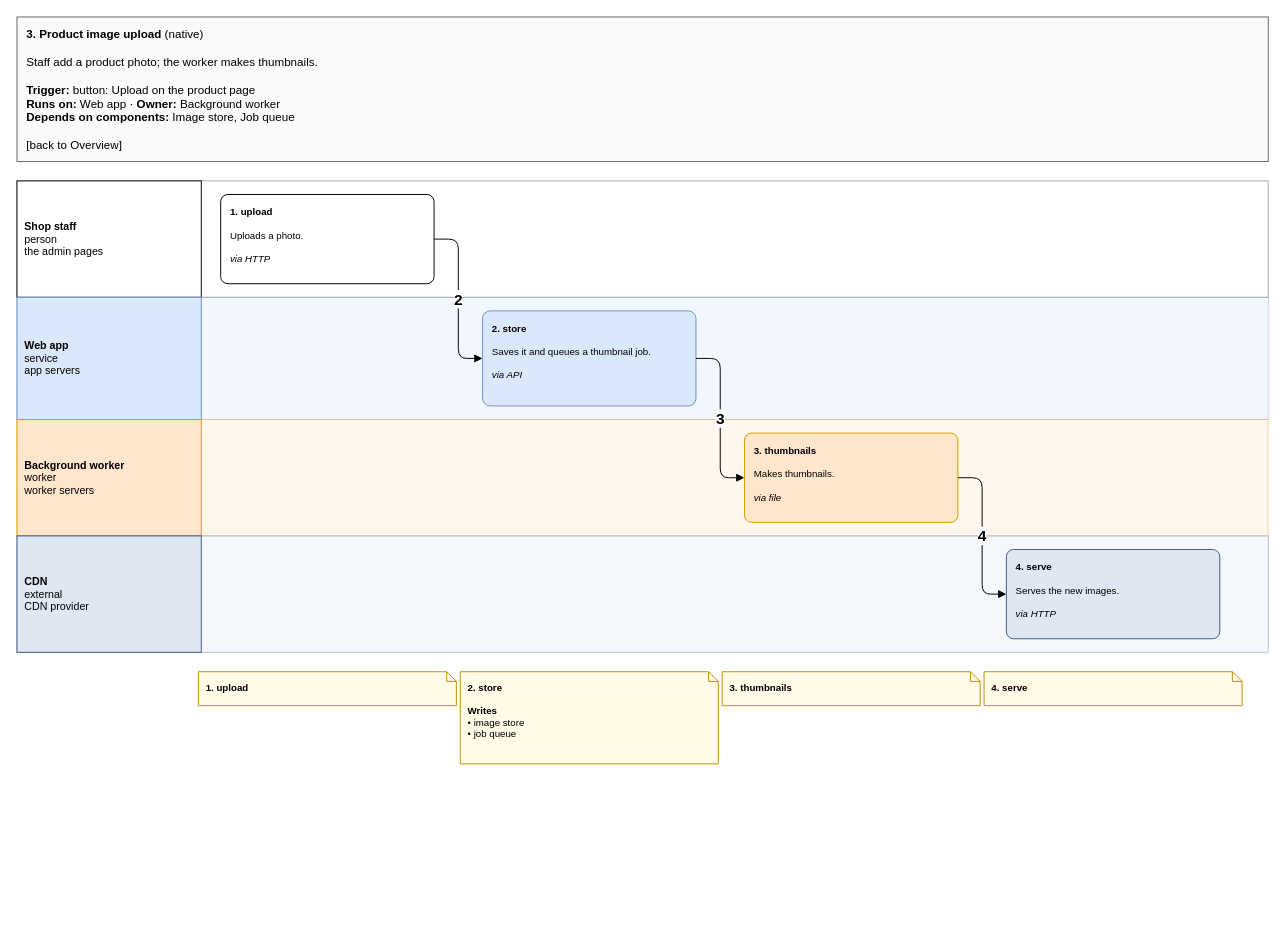
The draw.io diagram page "3. Product image upload" (5 of 7) of specialists/platform/skill-drawio/examples/shop/drawio/flows.drawio in amalikn/skills_stuff, before the edit. Source tidied: cells renumbered, new cells numbered last; positions are measured from the earlier drawing's top-left corner, leaving out a move shared by most shapes. Both pictures are drawn from the tidied source at 97%, with x=0, y=0 at pixel (16, 16).
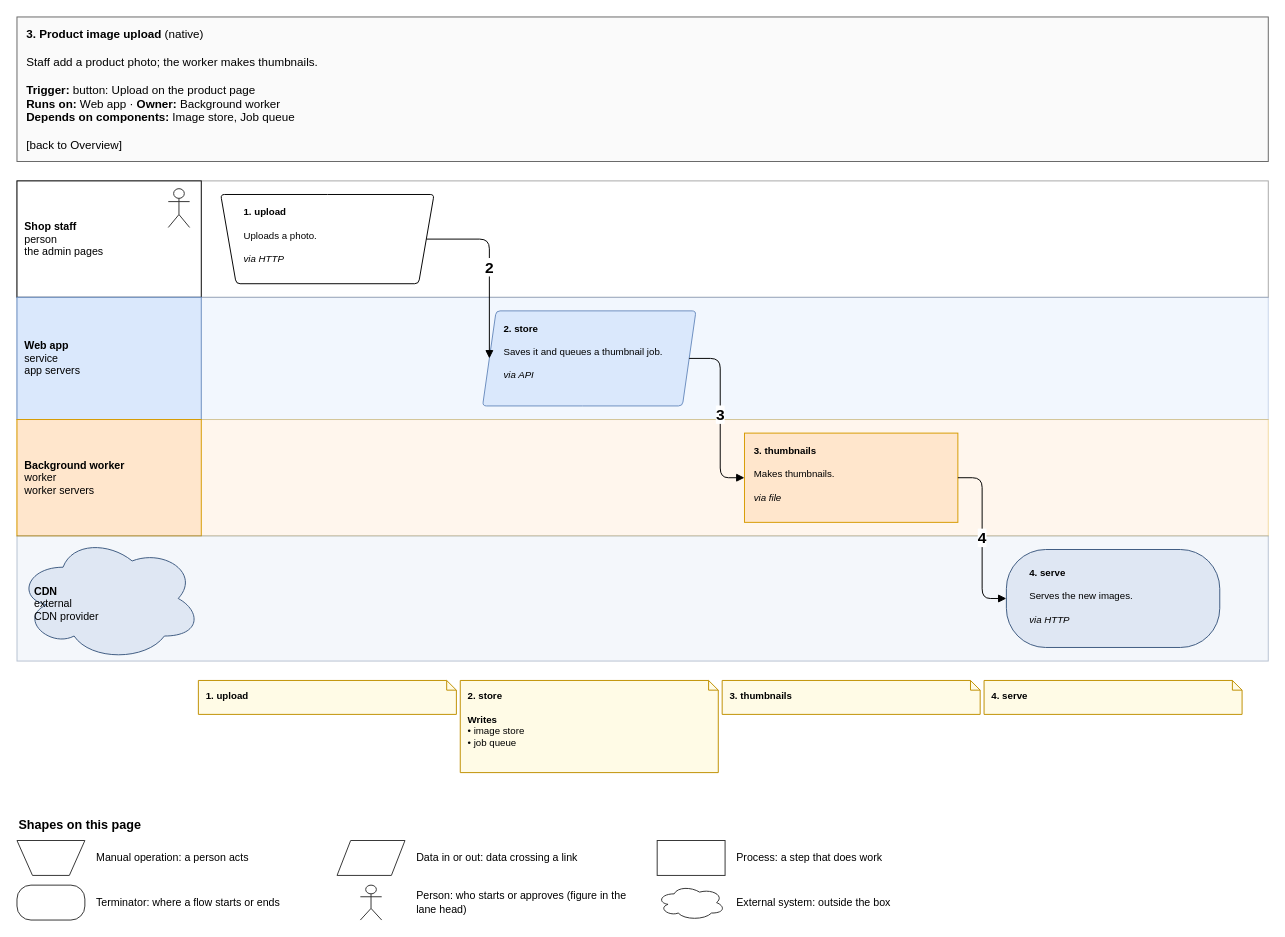
Above is the later version.

What changed in the source:
```diff
@@
-    <mxCell id="4" value="&lt;b&gt;Shop staff&lt;/b&gt;&lt;br&gt;person&lt;br&gt;the admin pages" style="rounded=1;whiteSpace=wrap;html=1;fillColor=#ffffff;strokeColor=#000000;fontSize=11;arcSize=8;rounded=0;align=left;spacingLeft=6;" parent="1" vertex="1">
+    <mxCell id="4" value="&lt;b&gt;Shop staff&lt;/b&gt;&lt;br&gt;person&lt;br&gt;the admin pages" style="rounded=1;whiteSpace=wrap;html=1;fillColor=#ffffff;strokeColor=#000000;fontSize=11;arcSize=8;rounded=0;align=left;spacingLeft=6;rounded=0;spacingRight=40;" parent="1" vertex="1">
       <mxGeometry y="169" width="190" height="120" as="geometry" />
     </mxCell>
+    <mxCell id="22" style="shape=umlActor;verticalLabelPosition=bottom;verticalAlign=top;fillColor=#ffffff;strokeColor=#333333;" parent="1" vertex="1">
+      <mxGeometry x="156" y="177" width="22" height="40" as="geometry" />
+    </mxCell>
@@
-    <mxCell id="6" value="&lt;b&gt;Web app&lt;/b&gt;&lt;br&gt;service&lt;br&gt;app servers" style="rounded=1;whiteSpace=wrap;html=1;fillColor=#dae8fc;strokeColor=#6c8ebf;fontSize=11;arcSize=8;rounded=0;align=left;spacingLeft=6;" parent="1" vertex="1">
+    <mxCell id="6" value="&lt;b&gt;Web app&lt;/b&gt;&lt;br&gt;service&lt;br&gt;app servers" style="rounded=1;whiteSpace=wrap;html=1;fillColor=#dae8fc;strokeColor=#6c8ebf;fontSize=11;arcSize=8;rounded=0;align=left;spacingLeft=6;rounded=0;" parent="1" vertex="1">
       <mxGeometry y="289" width="190" height="126" as="geometry" />
     </mxCell>
@@
-    <mxCell id="8" value="&lt;b&gt;Background worker&lt;/b&gt;&lt;br&gt;worker&lt;br&gt;worker servers" style="rounded=1;whiteSpace=wrap;html=1;fillColor=#ffe6cc;strokeColor=#d79b00;fontSize=11;arcSize=8;rounded=0;align=left;spacingLeft=6;" parent="1" vertex="1">
+    <mxCell id="8" value="&lt;b&gt;Background worker&lt;/b&gt;&lt;br&gt;worker&lt;br&gt;worker servers" style="rounded=1;whiteSpace=wrap;html=1;fillColor=#ffe6cc;strokeColor=#d79b00;fontSize=11;arcSize=8;rounded=0;align=left;spacingLeft=6;rounded=0;" parent="1" vertex="1">
       <mxGeometry y="415" width="190" height="120" as="geometry" />
     </mxCell>
     <mxCell id="9" style="rounded=0;html=1;fillColor=#dfe7f3;strokeColor=#3d5a80;opacity=35;" parent="1" vertex="1">
-      <mxGeometry y="535" width="1290" height="120" as="geometry" />
+      <mxGeometry y="535" width="1290" height="129" as="geometry" />
     </mxCell>
-    <mxCell id="10" value="&lt;b&gt;CDN&lt;/b&gt;&lt;br&gt;external&lt;br&gt;CDN provider" style="rounded=1;whiteSpace=wrap;html=1;fillColor=#dfe7f3;strokeColor=#3d5a80;fontSize=11;arcSize=8;rounded=0;align=left;spacingLeft=6;" parent="1" vertex="1">
-      <mxGeometry y="535" width="190" height="120" as="geometry" />
+    <mxCell id="10" value="&lt;b&gt;CDN&lt;/b&gt;&lt;br&gt;external&lt;br&gt;CDN provider" style="rounded=1;whiteSpace=wrap;html=1;fillColor=#dfe7f3;strokeColor=#3d5a80;fontSize=11;arcSize=8;rounded=0;align=left;spacingLeft=6;ellipse;shape=cloud;spacingLeft=16;spacingRight=16;spacingTop=10;" parent="1" vertex="1">
+      <mxGeometry y="535" width="190" height="129" as="geometry" />
     </mxCell>
-    <mxCell id="11" value="&lt;b&gt;1. upload&lt;/b&gt;&lt;br&gt; &lt;br&gt;Uploads a photo.&lt;br&gt; &lt;br&gt;&lt;i&gt;via HTTP&lt;/i&gt;" style="rounded=1;whiteSpace=wrap;html=1;fillColor=#ffffff;strokeColor=#000000;fontSize=11;arcSize=8;fontSize=10;align=left;verticalAlign=top;spacingLeft=8;spacingRight=6;spacingTop=6;" parent="1" vertex="1">
+    <mxCell id="11" value="&lt;b&gt;1. upload&lt;/b&gt;&lt;br&gt; &lt;br&gt;Uploads a photo.&lt;br&gt; &lt;br&gt;&lt;i&gt;via HTTP&lt;/i&gt;" style="rounded=1;whiteSpace=wrap;html=1;fillColor=#ffffff;strokeColor=#000000;fontSize=11;arcSize=8;fontSize=10;align=left;verticalAlign=top;spacingLeft=8;spacingRight=6;spacingTop=6;shape=trapezoid;perimeter=trapezoidPerimeter;flipV=1;fixedSize=1;size=16;spacingLeft=22;spacingRight=22;" parent="1" vertex="1">
       <mxGeometry x="210" y="183" width="220" height="92" as="geometry" />
     </mxCell>
     <mxCell id="12" value="&lt;b&gt;1. upload&lt;/b&gt;" style="shape=note;whiteSpace=wrap;html=1;size=10;fillColor=#fffbe6;strokeColor=#bf9000;align=left;verticalAlign=top;spacingLeft=6;spacingTop=4;fontSize=10;" parent="1" vertex="1">
-      <mxGeometry x="187" y="675" width="266" height="35" as="geometry" />
+      <mxGeometry x="187" y="684" width="266" height="35" as="geometry" />
     </mxCell>
-    <mxCell id="13" value="&lt;b&gt;2. store&lt;/b&gt;&lt;br&gt; &lt;br&gt;Saves it and queues a thumbnail job.&lt;br&gt; &lt;br&gt;&lt;i&gt;via API&lt;/i&gt;" style="rounded=1;whiteSpace=wrap;html=1;fillColor=#dae8fc;strokeColor=#6c8ebf;fontSize=11;arcSize=8;fontSize=10;align=left;verticalAlign=top;spacingLeft=8;spacingRight=6;spacingTop=6;" parent="1" vertex="1">
+    <mxCell id="13" value="&lt;b&gt;2. store&lt;/b&gt;&lt;br&gt; &lt;br&gt;Saves it and queues a thumbnail job.&lt;br&gt; &lt;br&gt;&lt;i&gt;via API&lt;/i&gt;" style="rounded=1;whiteSpace=wrap;html=1;fillColor=#dae8fc;strokeColor=#6c8ebf;fontSize=11;arcSize=8;fontSize=10;align=left;verticalAlign=top;spacingLeft=8;spacingRight=6;spacingTop=6;shape=parallelogram;perimeter=parallelogramPerimeter;fixedSize=1;size=14;spacingLeft=20;spacingRight=20;" parent="1" vertex="1">
       <mxGeometry x="480" y="303" width="220" height="98" as="geometry" />
     </mxCell>
     <mxCell id="14" value="&lt;b&gt;2. store&lt;/b&gt;&lt;br&gt; &lt;br&gt;&lt;b&gt;Writes&lt;/b&gt;&lt;br&gt;• image store&lt;br&gt;• job queue" style="shape=note;whiteSpace=wrap;html=1;size=10;fillColor=#fffbe6;strokeColor=#bf9000;align=left;verticalAlign=top;spacingLeft=6;spacingTop=4;fontSize=10;" parent="1" vertex="1">
-      <mxGeometry x="457" y="675" width="266" height="95" as="geometry" />
+      <mxGeometry x="457" y="684" width="266" height="95" as="geometry" />
     </mxCell>
-    <mxCell id="15" value="&lt;b&gt;3. thumbnails&lt;/b&gt;&lt;br&gt; &lt;br&gt;Makes thumbnails.&lt;br&gt; &lt;br&gt;&lt;i&gt;via file&lt;/i&gt;" style="rounded=1;whiteSpace=wrap;html=1;fillColor=#ffe6cc;strokeColor=#d79b00;fontSize=11;arcSize=8;fontSize=10;align=left;verticalAlign=top;spacingLeft=8;spacingRight=6;spacingTop=6;" parent="1" vertex="1">
+    <mxCell id="15" value="&lt;b&gt;3. thumbnails&lt;/b&gt;&lt;br&gt; &lt;br&gt;Makes thumbnails.&lt;br&gt; &lt;br&gt;&lt;i&gt;via file&lt;/i&gt;" style="rounded=1;whiteSpace=wrap;html=1;fillColor=#ffe6cc;strokeColor=#d79b00;fontSize=11;arcSize=8;fontSize=10;align=left;verticalAlign=top;spacingLeft=8;spacingRight=6;spacingTop=6;rounded=0;" parent="1" vertex="1">
       <mxGeometry x="750" y="429" width="220" height="92" as="geometry" />
     </mxCell>
     <mxCell id="16" value="&lt;b&gt;3. thumbnails&lt;/b&gt;" style="shape=note;whiteSpace=wrap;html=1;size=10;fillColor=#fffbe6;strokeColor=#bf9000;align=left;verticalAlign=top;spacingLeft=6;spacingTop=4;fontSize=10;" parent="1" vertex="1">
-      <mxGeometry x="727" y="675" width="266" height="35" as="geometry" />
+      <mxGeometry x="727" y="684" width="266" height="35" as="geometry" />
     </mxCell>
-    <mxCell id="17" value="&lt;b&gt;4. serve&lt;/b&gt;&lt;br&gt; &lt;br&gt;Serves the new images.&lt;br&gt; &lt;br&gt;&lt;i&gt;via HTTP&lt;/i&gt;" style="rounded=1;whiteSpace=wrap;html=1;fillColor=#dfe7f3;strokeColor=#3d5a80;fontSize=11;arcSize=8;fontSize=10;align=left;verticalAlign=top;spacingLeft=8;spacingRight=6;spacingTop=6;" parent="1" vertex="1">
-      <mxGeometry x="1020" y="549" width="220" height="92" as="geometry" />
+    <mxCell id="17" value="&lt;b&gt;4. serve&lt;/b&gt;&lt;br&gt; &lt;br&gt;Serves the new images.&lt;br&gt; &lt;br&gt;&lt;i&gt;via HTTP&lt;/i&gt;" style="rounded=1;whiteSpace=wrap;html=1;fillColor=#dfe7f3;strokeColor=#3d5a80;fontSize=11;arcSize=8;fontSize=10;align=left;verticalAlign=top;spacingLeft=8;spacingRight=6;spacingTop=6;rounded=1;arcSize=40;spacingLeft=22;spacingRight=18;spacingTop=12;" parent="1" vertex="1">
+      <mxGeometry x="1020" y="549" width="220" height="101" as="geometry" />
     </mxCell>
     <mxCell id="18" value="&lt;b&gt;4. serve&lt;/b&gt;" style="shape=note;whiteSpace=wrap;html=1;size=10;fillColor=#fffbe6;strokeColor=#bf9000;align=left;verticalAlign=top;spacingLeft=6;spacingTop=4;fontSize=10;" parent="1" vertex="1">
-      <mxGeometry x="997" y="675" width="266" height="35" as="geometry" />
+      <mxGeometry x="997" y="684" width="266" height="35" as="geometry" />
     </mxCell>
+    <mxCell id="23" value="&lt;b&gt;Shapes on this page&lt;/b&gt;" style="text;html=1;align=left;fontSize=13;" parent="1" vertex="1">
+      <mxGeometry y="819" width="300" height="24" as="geometry" />
+    </mxCell>
+    <mxCell id="24" style="whiteSpace=wrap;html=1;fillColor=#ffffff;strokeColor=#333333;shape=trapezoid;perimeter=trapezoidPerimeter;flipV=1;fixedSize=1;size=16;spacingLeft=22;spacingRight=22;" parent="1" vertex="1">
+      <mxGeometry y="849" width="70" height="36" as="geometry" />
+    </mxCell>
+    <mxCell id="25" value="Manual operation: a person acts" style="text;html=1;align=left;verticalAlign=middle;whiteSpace=wrap;fontSize=11;" parent="1" vertex="1">
+      <mxGeometry x="80" y="849" width="240" height="36" as="geometry" />
+    </mxCell>
+    <mxCell id="26" style="whiteSpace=wrap;html=1;fillColor=#ffffff;strokeColor=#333333;shape=parallelogram;perimeter=parallelogramPerimeter;fixedSize=1;size=14;spacingLeft=20;spacingRight=20;" parent="1" vertex="1">
+      <mxGeometry x="330" y="849" width="70" height="36" as="geometry" />
+    </mxCell>
+    <mxCell id="27" value="Data in or out: data crossing a link" style="text;html=1;align=left;verticalAlign=middle;whiteSpace=wrap;fontSize=11;" parent="1" vertex="1">
+      <mxGeometry x="410" y="849" width="240" height="36" as="geometry" />
+    </mxCell>
+    <mxCell id="28" style="whiteSpace=wrap;html=1;fillColor=#ffffff;strokeColor=#333333;rounded=0;" parent="1" vertex="1">
+      <mxGeometry x="660" y="849" width="70" height="36" as="geometry" />
+    </mxCell>
+    <mxCell id="29" value="Process: a step that does work" style="text;html=1;align=left;verticalAlign=middle;whiteSpace=wrap;fontSize=11;" parent="1" vertex="1">
+      <mxGeometry x="740" y="849" width="240" height="36" as="geometry" />
+    </mxCell>
+    <mxCell id="30" style="whiteSpace=wrap;html=1;fillColor=#ffffff;strokeColor=#333333;rounded=1;arcSize=40;spacingLeft=22;spacingRight=18;spacingTop=12;" parent="1" vertex="1">
+      <mxGeometry y="895" width="70" height="36" as="geometry" />
+    </mxCell>
+    <mxCell id="31" value="Terminator: where a flow starts or ends" style="text;html=1;align=left;verticalAlign=middle;whiteSpace=wrap;fontSize=11;" parent="1" vertex="1">
+      <mxGeometry x="80" y="895" width="240" height="36" as="geometry" />
+    </mxCell>
+    <mxCell id="32" style="shape=umlActor;verticalLabelPosition=bottom;verticalAlign=top;fillColor=#ffffff;strokeColor=#333333;" parent="1" vertex="1">
+      <mxGeometry x="354" y="895" width="22" height="36" as="geometry" />
+    </mxCell>
+    <mxCell id="33" value="Person: who starts or approves (figure in the lane head)" style="text;html=1;align=left;verticalAlign=middle;whiteSpace=wrap;fontSize=11;" parent="1" vertex="1">
+      <mxGeometry x="410" y="895" width="240" height="36" as="geometry" />
+    </mxCell>
+    <mxCell id="34" style="whiteSpace=wrap;html=1;fillColor=#ffffff;strokeColor=#333333;ellipse;shape=cloud;spacingLeft=16;spacingRight=16;spacingTop=10;" parent="1" vertex="1">
+      <mxGeometry x="660" y="895" width="70" height="36" as="geometry" />
+    </mxCell>
+    <mxCell id="35" value="External system: outside the box" style="text;html=1;align=left;verticalAlign=middle;whiteSpace=wrap;fontSize=11;" parent="1" vertex="1">
+      <mxGeometry x="740" y="895" width="240" height="36" as="geometry" />
+    </mxCell>
```
